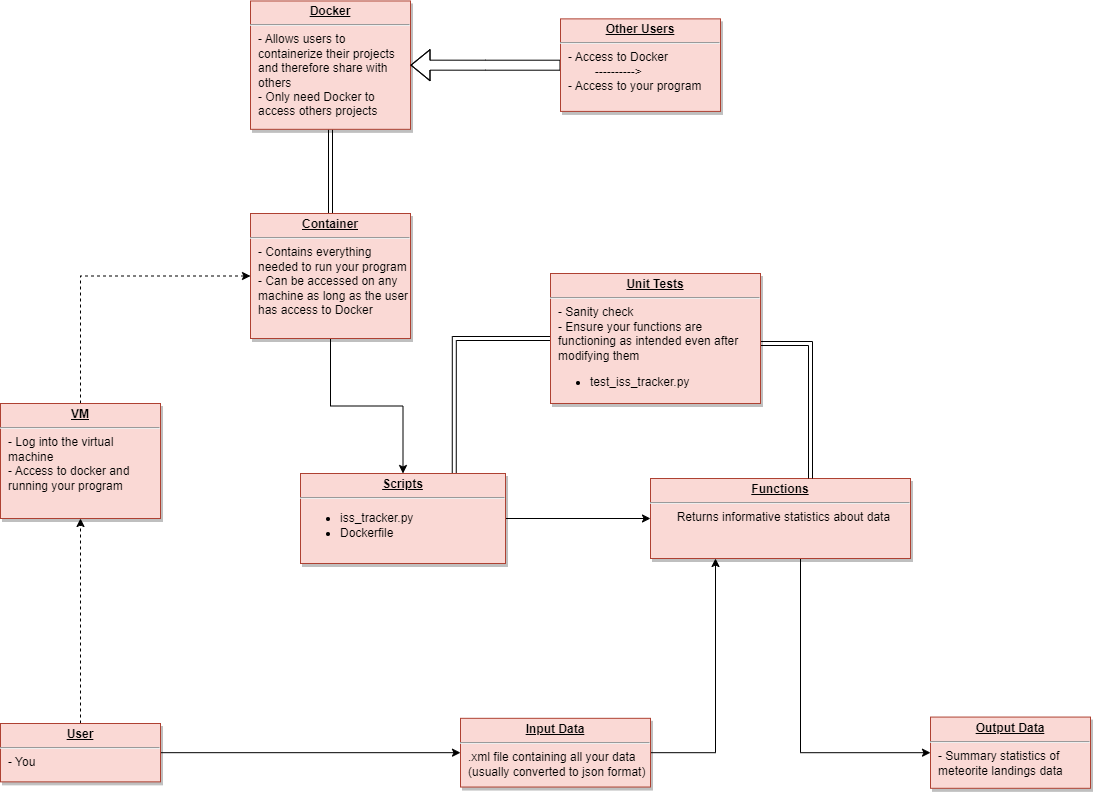
nicoleolv/coe332-sp24 keeps this draw.io diagram as homework05/diagram.png. Above is the earlier version. Source tidied: cells renumbered, new cells last; positions are measured from the earlier drawing's top-left corner, leaving out a move shared by most shapes.
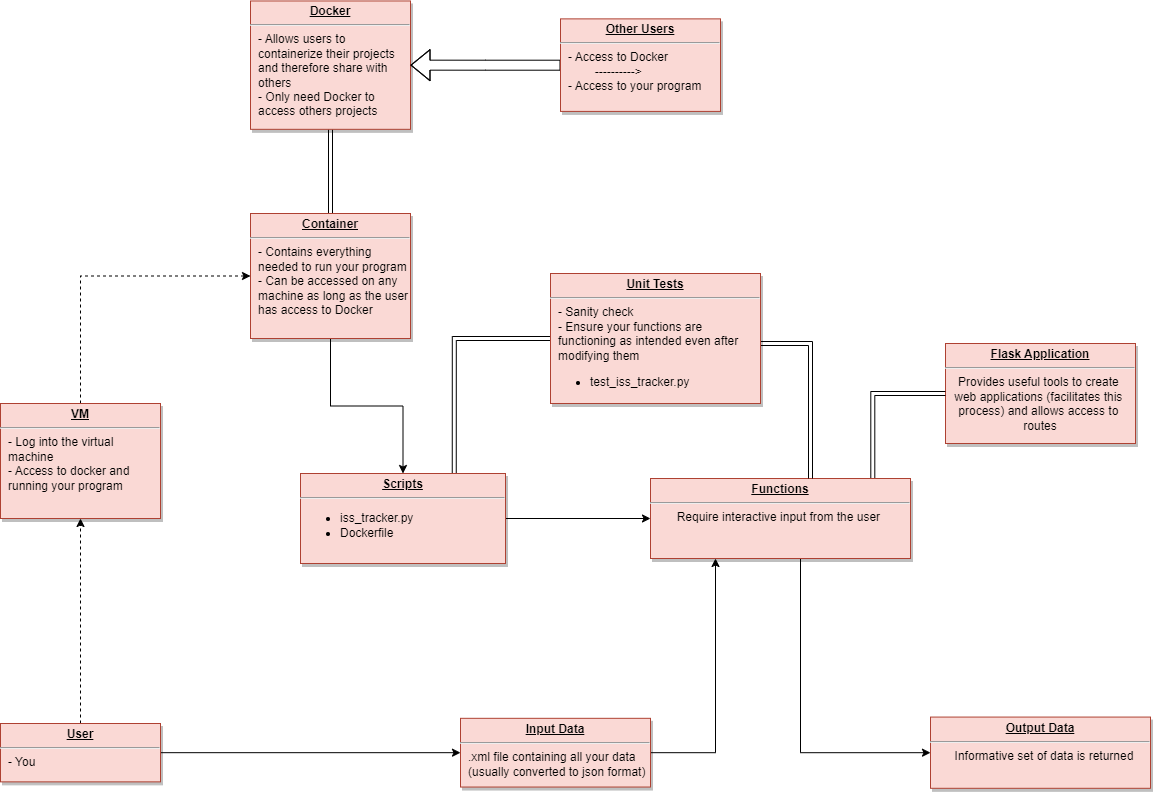
The same diagram one commit later.

What changed in the source:
```diff
@@ -20,8 +20,8 @@
     <mxCell id="7" value="&lt;p style=&quot;margin: 0px; margin-top: 4px; text-align: center; text-decoration: underline;&quot;&gt;&lt;b&gt;VM&lt;/b&gt;&lt;/p&gt;&lt;hr&gt;&lt;p style=&quot;margin: 0px; margin-left: 8px;&quot;&gt;- Log into the virtual&lt;/p&gt;&lt;p style=&quot;margin: 0px; margin-left: 8px;&quot;&gt;&lt;span style=&quot;background-color: initial;&quot;&gt;machine&lt;/span&gt;&lt;/p&gt;&lt;p style=&quot;margin: 0px; margin-left: 8px;&quot;&gt;&lt;span style=&quot;background-color: initial;&quot;&gt;- Access to docker and&amp;nbsp;&lt;/span&gt;&lt;/p&gt;&lt;p style=&quot;margin: 0px; margin-left: 8px;&quot;&gt;&lt;span style=&quot;background-color: initial;&quot;&gt;running your program&amp;nbsp;&lt;/span&gt;&lt;/p&gt;&lt;p style=&quot;margin: 0px; margin-left: 8px;&quot;&gt;&amp;nbsp; &amp;nbsp;&amp;nbsp;&lt;/p&gt;" style="verticalAlign=top;align=left;overflow=fill;fontSize=12;fontFamily=Helvetica;html=1;strokeColor=#ae4132;shadow=1;fillColor=#fad9d5;" parent="1" vertex="1">
       <mxGeometry y="403" width="160" height="115" as="geometry" />
     </mxCell>
-    <mxCell id="8" value="&lt;p style=&quot;margin: 0px; margin-top: 4px; text-align: center; text-decoration: underline;&quot;&gt;&lt;b&gt;Output Data&lt;/b&gt;&lt;/p&gt;&lt;hr&gt;&lt;p style=&quot;margin: 0px; margin-left: 8px;&quot;&gt;- Summary statistics of&amp;nbsp;&lt;/p&gt;&lt;p style=&quot;margin: 0px; margin-left: 8px;&quot;&gt;meteorite landings data&lt;/p&gt;" style="verticalAlign=top;align=left;overflow=fill;fontSize=12;fontFamily=Helvetica;html=1;strokeColor=#ae4132;shadow=1;fillColor=#fad9d5;" parent="1" vertex="1">
-      <mxGeometry x="930" y="716.6" width="160" height="71.2" as="geometry" />
+    <mxCell id="8" value="&lt;p style=&quot;margin: 0px; margin-top: 4px; text-align: center; text-decoration: underline;&quot;&gt;&lt;b&gt;Output Data&lt;/b&gt;&lt;/p&gt;&lt;hr&gt;&lt;p style=&quot;text-align: center; margin: 0px 0px 0px 8px;&quot;&gt;Informative set of data is returned&lt;/p&gt;" style="verticalAlign=top;align=left;overflow=fill;fontSize=12;fontFamily=Helvetica;html=1;strokeColor=#ae4132;shadow=1;fillColor=#fad9d5;" parent="1" vertex="1">
+      <mxGeometry x="930" y="716.6" width="220" height="71.2" as="geometry" />
     </mxCell>
     <mxCell id="9" style="edgeStyle=orthogonalEdgeStyle;rounded=0;jettySize=auto;html=1;entryX=0;entryY=0.5;entryDx=0;entryDy=0;exitX=0.75;exitY=0;exitDx=0;exitDy=0;shape=link;" parent="1" edge="1" source="11" target="18">
       <mxGeometry relative="1" as="geometry" />
@@ -48,7 +48,7 @@
         </Array>
       </mxGeometry>
     </mxCell>
-    <mxCell id="16" value="&lt;p style=&quot;margin: 0px; margin-top: 4px; text-align: center; text-decoration: underline;&quot;&gt;&lt;b&gt;Functions&lt;/b&gt;&lt;/p&gt;&lt;hr&gt;&lt;p style=&quot;margin: 0px; margin-left: 8px;&quot;&gt;&lt;/p&gt;&lt;span style=&quot;white-space: pre;&quot;&gt;&#9;&lt;/span&gt;Returns informative statistics about data&lt;br&gt;&lt;p&gt;&lt;/p&gt;" style="verticalAlign=top;align=left;overflow=fill;fontSize=12;fontFamily=Helvetica;html=1;strokeColor=#ae4132;shadow=1;fillColor=#fad9d5;" parent="1" vertex="1">
+    <mxCell id="16" value="&lt;p style=&quot;margin: 0px; margin-top: 4px; text-align: center; text-decoration: underline;&quot;&gt;&lt;b&gt;Functions&lt;/b&gt;&lt;/p&gt;&lt;hr&gt;&lt;p style=&quot;margin: 0px; margin-left: 8px;&quot;&gt;&lt;/p&gt;&lt;span style=&quot;white-space: pre;&quot;&gt;&#9;&lt;/span&gt;Require interactive input from the user&lt;br&gt;&lt;p&gt;&lt;/p&gt;" style="verticalAlign=top;align=left;overflow=fill;fontSize=12;fontFamily=Helvetica;html=1;strokeColor=#ae4132;shadow=1;fillColor=#fad9d5;" parent="1" vertex="1">
       <mxGeometry x="650" y="478" width="260" height="80" as="geometry" />
     </mxCell>
     <mxCell id="17" style="edgeStyle=orthogonalEdgeStyle;rounded=0;jettySize=auto;html=1;shape=link;" parent="1" edge="1" target="16">
@@ -74,5 +74,11 @@
     <mxCell id="22" value="&lt;p style=&quot;margin: 0px; margin-top: 4px; text-align: center; text-decoration: underline;&quot;&gt;&lt;b&gt;Other Users&lt;/b&gt;&lt;/p&gt;&lt;hr&gt;&lt;p style=&quot;margin: 0px; margin-left: 8px;&quot;&gt;- Access to Docker&amp;nbsp;&lt;/p&gt;&lt;p style=&quot;margin: 0px; margin-left: 8px;&quot;&gt;&lt;span style=&quot;white-space: pre;&quot;&gt;&#9;&lt;/span&gt;----------&amp;gt;&lt;br&gt;&lt;/p&gt;&lt;p style=&quot;margin: 0px; margin-left: 8px;&quot;&gt;- Access to your program&lt;/p&gt;" style="verticalAlign=top;align=left;overflow=fill;fontSize=12;fontFamily=Helvetica;html=1;strokeColor=#ae4132;shadow=1;fillColor=#fad9d5;" parent="1" vertex="1">
       <mxGeometry x="560" y="18.4" width="160" height="92.5" as="geometry" />
     </mxCell>
+    <mxCell id="23" value="&lt;p style=&quot;margin: 0px ; margin-top: 4px ; text-align: center ; text-decoration: underline&quot;&gt;&lt;b&gt;Flask Application&lt;/b&gt;&lt;/p&gt;&lt;hr&gt;&lt;p style=&quot;margin: 0px ; margin-left: 8px&quot;&gt;&lt;/p&gt;&lt;div style=&quot;text-align: center;&quot;&gt;Provides useful tools to create&amp;nbsp;&lt;/div&gt;&lt;div style=&quot;text-align: center;&quot;&gt;web applications (facilitates this&amp;nbsp;&lt;/div&gt;&lt;div style=&quot;text-align: center;&quot;&gt;process) and allows access to&amp;nbsp;&lt;/div&gt;&lt;div style=&quot;text-align: center;&quot;&gt;routes&lt;/div&gt;&lt;p&gt;&lt;/p&gt;&lt;p&gt;&lt;/p&gt;" style="verticalAlign=top;align=left;overflow=fill;fontSize=12;fontFamily=Helvetica;html=1;strokeColor=#ae4132;shadow=1;fillColor=#fad9d5;" parent="1" vertex="1">
+      <mxGeometry x="945" y="343" width="190" height="100" as="geometry" />
+    </mxCell>
+    <mxCell id="24" style="edgeStyle=orthogonalEdgeStyle;rounded=0;jettySize=auto;html=1;shape=link;entryX=0.855;entryY=-0.01;entryDx=0;entryDy=0;entryPerimeter=0;" parent="1" edge="1" source="23" target="16">
+      <mxGeometry relative="1" as="geometry" />
+    </mxCell>
   </root>
 </mxGraphModel>
```
